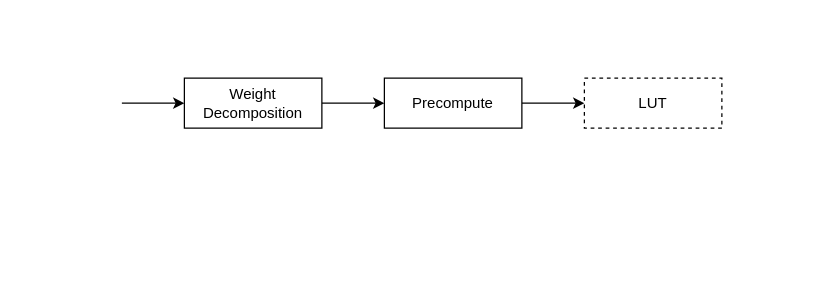
Earlier version of the draw.io diagram llama.cpp/bitnet.drawio (mailonghua/drawio). Source tidied: cells renumbered, new cells numbered last; positions are measured from the earlier drawing's top-left corner, leaving out a move shared by most shapes. Both pictures are drawn from the tidied source at 125%, with x=0, y=0 at pixel (121, 78).
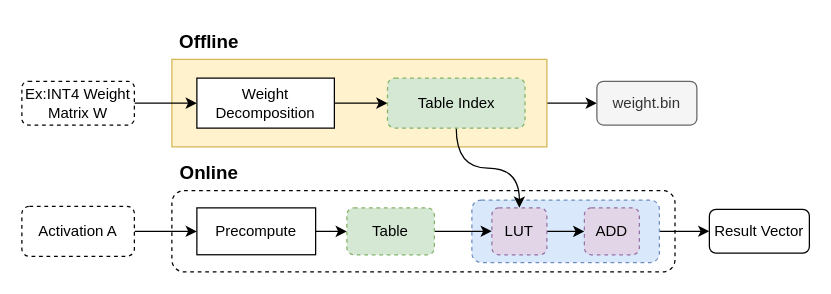
After the change.

Diff of the diagram source:
```diff
@@
-    <mxCell id="2" style="edgeStyle=orthogonalEdgeStyle;rounded=0;jettySize=auto;html=1;" parent="1" edge="1" source="4" target="6">
-      <mxGeometry relative="1" as="geometry" />
-    </mxCell>
+    <mxCell id="8" style="rounded=1;whiteSpace=wrap;html=1;dashed=1;" parent="1" vertex="1">
+      <mxGeometry x="40" y="90" width="402.5" height="65" as="geometry" />
+    </mxCell>
+    <mxCell id="9" style="edgeStyle=orthogonalEdgeStyle;rounded=0;jettySize=auto;html=1;" parent="1" edge="1" source="10" target="24">
+      <mxGeometry relative="1" as="geometry" />
+    </mxCell>
+    <mxCell id="10" style="rounded=1;whiteSpace=wrap;html=1;fillColor=#dae8fc;strokeColor=#6c8ebf;dashed=1;" parent="1" vertex="1">
+      <mxGeometry x="280" y="97.5" width="150" height="50" as="geometry" />
+    </mxCell>
+    <mxCell id="11" style="edgeStyle=orthogonalEdgeStyle;rounded=0;jettySize=auto;html=1;exitX=1;exitY=0.5;exitDx=0;exitDy=0;entryX=0;entryY=0.5;entryDx=0;entryDy=0;" parent="1" edge="1" source="12" target="27">
+      <mxGeometry relative="1" as="geometry" />
+    </mxCell>
+    <mxCell id="12" style="rounded=0;whiteSpace=wrap;html=1;fillColor=#fff2cc;strokeColor=#d6b656;" parent="1" vertex="1">
+      <mxGeometry x="40" y="-15" width="300" height="70" as="geometry" />
+    </mxCell>
-    <mxCell id="3" style="edgeStyle=orthogonalEdgeStyle;rounded=0;jettySize=auto;html=1;exitX=0;exitY=0.5;exitDx=0;exitDy=0;startArrow=classic;startFill=1;endArrow=none;" parent="1" edge="1" source="4">
-      <mxGeometry relative="1" as="geometry">
-        <mxPoint y="20" as="targetPoint" />
-      </mxGeometry>
+    <mxCell id="3" style="edgeStyle=orthogonalEdgeStyle;rounded=0;jettySize=auto;html=1;exitX=0;exitY=0.5;exitDx=0;exitDy=0;startArrow=classic;startFill=1;endArrow=none;entryX=1;entryY=0.5;entryDx=0;entryDy=0;" parent="1" edge="1" source="4" target="15">
+      <mxGeometry relative="1" as="geometry" />
     </mxCell>
+    <mxCell id="13" style="edgeStyle=orthogonalEdgeStyle;rounded=0;jettySize=auto;html=1;exitX=1;exitY=0.5;exitDx=0;exitDy=0;entryX=0;entryY=0.5;entryDx=0;entryDy=0;" parent="1" edge="1" source="4" target="7">
+      <mxGeometry relative="1" as="geometry" />
+    </mxCell>
     <mxCell id="4" value="Weight Decomposition" style="rounded=0;whiteSpace=wrap;html=1;" parent="1" vertex="1">
-      <mxGeometry x="50" width="110" height="40" as="geometry" />
+      <mxGeometry x="60" width="110" height="40" as="geometry" />
     </mxCell>
-    <mxCell id="5" style="edgeStyle=orthogonalEdgeStyle;rounded=0;jettySize=auto;html=1;" parent="1" edge="1" source="6" target="7">
-      <mxGeometry relative="1" as="geometry" />
-    </mxCell>
+    <mxCell id="14" style="edgeStyle=orthogonalEdgeStyle;rounded=0;jettySize=auto;html=1;exitX=0.5;exitY=1;exitDx=0;exitDy=0;entryX=0.5;entryY=0;entryDx=0;entryDy=0;curved=1;" parent="1" edge="1" source="7" target="22">
+      <mxGeometry relative="1" as="geometry" />
+    </mxCell>
+    <mxCell id="7" value="Table Index" style="rounded=1;whiteSpace=wrap;html=1;dashed=1;fillColor=#d5e8d4;strokeColor=#82b366;" parent="1" vertex="1">
+      <mxGeometry x="212.5" width="110" height="40" as="geometry" />
+    </mxCell>
+    <mxCell id="15" value="Ex:INT4 Weight Matrix W" style="rounded=1;whiteSpace=wrap;html=1;dashed=1;" parent="1" vertex="1">
+      <mxGeometry x="-80" y="2.5" width="90" height="35" as="geometry" />
+    </mxCell>
+    <mxCell id="16" style="edgeStyle=orthogonalEdgeStyle;rounded=0;jettySize=auto;html=1;" parent="1" edge="1" source="17" target="6">
+      <mxGeometry relative="1" as="geometry" />
+    </mxCell>
+    <mxCell id="17" value="Activation A" style="rounded=1;whiteSpace=wrap;html=1;dashed=1;" parent="1" vertex="1">
+      <mxGeometry x="-80" y="102.5" width="90" height="40" as="geometry" />
+    </mxCell>
+    <mxCell id="18" style="edgeStyle=orthogonalEdgeStyle;rounded=0;jettySize=auto;html=1;" parent="1" edge="1" source="6" target="20">
+      <mxGeometry relative="1" as="geometry" />
+    </mxCell>
-    <mxCell id="6" value="Precompute" style="rounded=0;whiteSpace=wrap;html=1;" parent="1" vertex="1">
-      <mxGeometry x="210" width="110" height="40" as="geometry" />
+    <mxCell id="6" value="Precompute" style="whiteSpace=wrap;html=1;rounded=0;" parent="1" vertex="1">
+      <mxGeometry x="60" y="103.8" width="95" height="37.5" as="geometry" />
     </mxCell>
-    <mxCell id="7" value="LUT" style="rounded=0;whiteSpace=wrap;html=1;dashed=1;" parent="1" vertex="1">
-      <mxGeometry x="370" width="110" height="40" as="geometry" />
-    </mxCell>
+    <mxCell id="19" style="edgeStyle=orthogonalEdgeStyle;rounded=0;jettySize=auto;html=1;" parent="1" edge="1" source="20" target="22">
+      <mxGeometry relative="1" as="geometry" />
+    </mxCell>
+    <mxCell id="20" value="Table" style="whiteSpace=wrap;html=1;rounded=1;fillColor=#d5e8d4;strokeColor=#82b366;dashed=1;" parent="1" vertex="1">
+      <mxGeometry x="180" y="103.8" width="70" height="37.5" as="geometry" />
+    </mxCell>
+    <mxCell id="21" style="edgeStyle=orthogonalEdgeStyle;rounded=0;jettySize=auto;html=1;" parent="1" edge="1" source="22" target="23">
+      <mxGeometry relative="1" as="geometry" />
+    </mxCell>
+    <mxCell id="22" value="LUT" style="whiteSpace=wrap;html=1;rounded=1;fillColor=#e1d5e7;strokeColor=#9673a6;dashed=1;" parent="1" vertex="1">
+      <mxGeometry x="296" y="103.8" width="44" height="37.5" as="geometry" />
+    </mxCell>
+    <mxCell id="23" value="ADD" style="whiteSpace=wrap;html=1;rounded=1;fillColor=#e1d5e7;strokeColor=#9673a6;dashed=1;" parent="1" vertex="1">
+      <mxGeometry x="370" y="103.8" width="44" height="37.5" as="geometry" />
+    </mxCell>
+    <mxCell id="24" value="&lt;div&gt;Result Vector&lt;/div&gt;" style="rounded=1;whiteSpace=wrap;html=1;glass=0;" parent="1" vertex="1">
+      <mxGeometry x="470" y="105" width="80" height="35" as="geometry" />
+    </mxCell>
+    <mxCell id="25" value="Offline" style="text;strokeColor=none;align=center;fillColor=none;html=1;verticalAlign=middle;whiteSpace=wrap;rounded=0;fontSize=15;fontStyle=1;" parent="1" vertex="1">
+      <mxGeometry x="40" y="-45" width="60" height="30" as="geometry" />
+    </mxCell>
+    <mxCell id="26" value="Online" style="text;strokeColor=none;align=center;fillColor=none;html=1;verticalAlign=middle;whiteSpace=wrap;rounded=0;fontSize=15;fontStyle=1;" parent="1" vertex="1">
+      <mxGeometry x="40" y="60" width="60" height="30" as="geometry" />
+    </mxCell>
+    <mxCell id="27" value="weight.bin" style="rounded=1;whiteSpace=wrap;html=1;glass=0;fillColor=#f5f5f5;fontColor=#333333;strokeColor=#666666;" parent="1" vertex="1">
+      <mxGeometry x="380" y="2.5" width="80" height="35" as="geometry" />
+    </mxCell>
```
